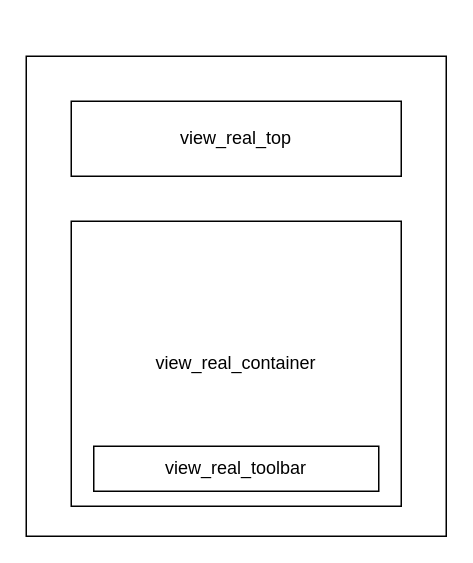
swduan/szw keeps this draw.io diagram as Untitled Diagram.drawio. Above is the earlier version. Source tidied: cells renumbered, new cells numbered last; positions are measured from the earlier drawing's top-left corner, leaving out a move shared by most shapes. Both pictures are drawn from the tidied source at 150%, with x=0, y=0 at pixel (26, 56).
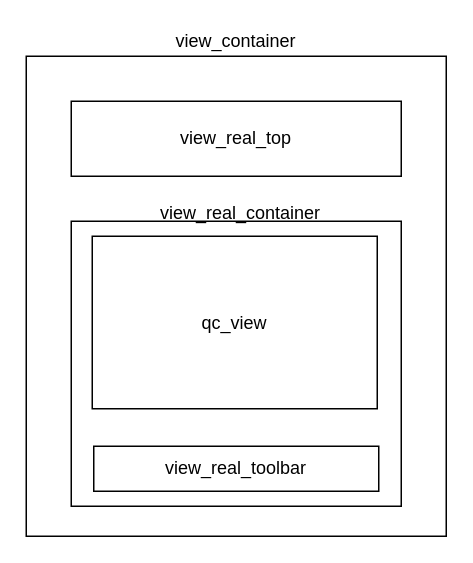
Above is the later version.

What changed in the source:
```diff
@@
 <mxGraphModel>
   <root>
     <mxCell id="0" />
     <mxCell id="1" parent="0" />
     <mxCell id="2" style="rounded=0;whiteSpace=wrap;html=1;" parent="1" vertex="1">
       <mxGeometry width="280" height="320" as="geometry" />
     </mxCell>
     <mxCell id="3" value="view_real_top" style="rounded=0;whiteSpace=wrap;html=1;" parent="1" vertex="1">
       <mxGeometry x="30" y="30" width="220" height="50" as="geometry" />
     </mxCell>
-    <mxCell id="4" value="view_real_container" style="rounded=0;whiteSpace=wrap;html=1;" parent="1" vertex="1">
+    <mxCell id="4" style="rounded=0;whiteSpace=wrap;html=1;" parent="1" vertex="1">
       <mxGeometry x="30" y="110" width="220" height="190" as="geometry" />
     </mxCell>
     <mxCell id="5" value="view_real_toolbar" style="rounded=0;whiteSpace=wrap;html=1;" parent="1" vertex="1">
       <mxGeometry x="45" y="260" width="190" height="30" as="geometry" />
     </mxCell>
+    <mxCell id="6" value="view_real_container" style="text;html=1;strokeColor=none;fillColor=none;align=center;verticalAlign=middle;whiteSpace=wrap;rounded=0;" parent="1" vertex="1">
+      <mxGeometry x="123" y="95" width="40" height="20" as="geometry" />
+    </mxCell>
+    <mxCell id="7" value="view_container" style="text;html=1;strokeColor=none;fillColor=none;align=center;verticalAlign=middle;whiteSpace=wrap;rounded=0;" parent="1" vertex="1">
+      <mxGeometry x="120" y="-20" width="40" height="20" as="geometry" />
+    </mxCell>
+    <mxCell id="8" value="qc_view" style="rounded=0;whiteSpace=wrap;html=1;" parent="1" vertex="1">
+      <mxGeometry x="44" y="120" width="190" height="115" as="geometry" />
+    </mxCell>
   </root>
 </mxGraphModel>
```
